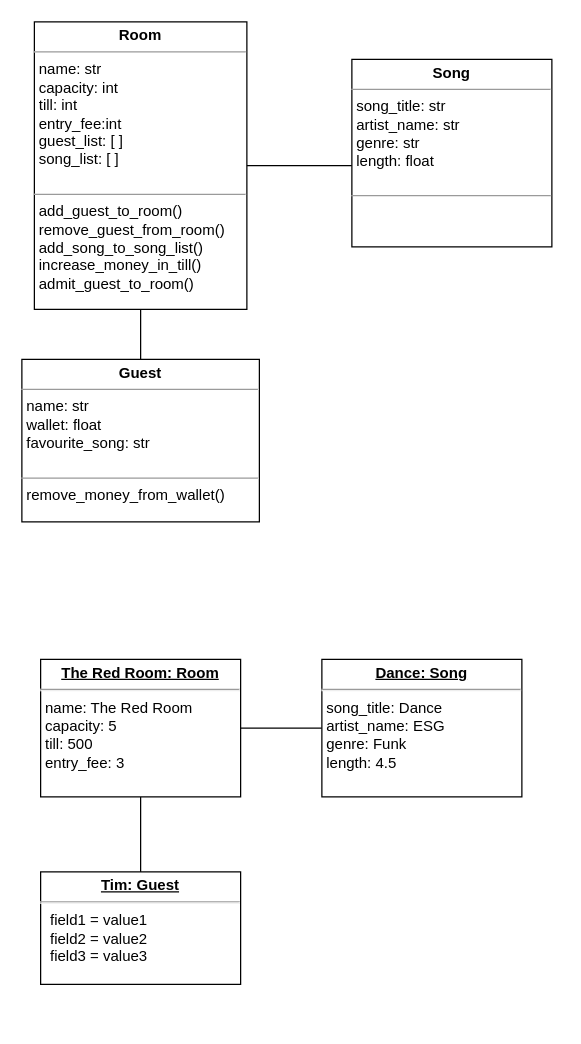
Earlier version of the draw.io diagram class_diagrams/codeclan_caraoke_class_diagram.drawio (benbeardyman/week_02_weekend_HW). Source tidied: cells renumbered, new cells numbered last; positions are measured from the earlier drawing's top-left corner, leaving out a move shared by most shapes. Both pictures are drawn from the tidied source at 125%, with x=0, y=0 at pixel (21, 21).
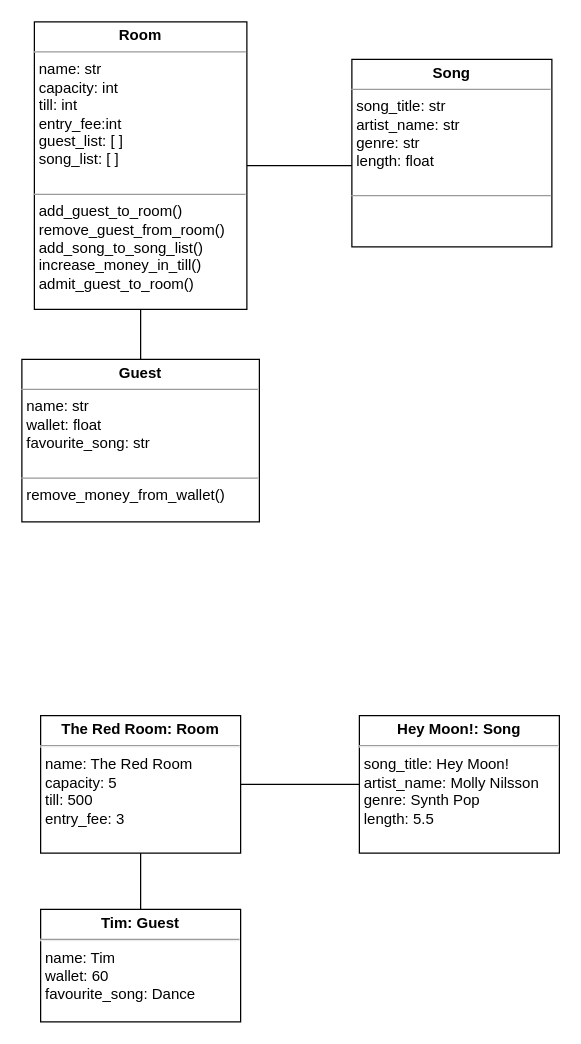
The same page after the edit.

Commit message (it also covers changes not shown here):
added favourite songs method to room

Diff of the diagram source:
```diff
@@
 <mxGraphModel>
   <root>
     <mxCell id="0" />
     <mxCell id="1" parent="0" />
     <mxCell id="2" value="&lt;p style=&quot;margin:0px;margin-top:4px;text-align:center;&quot;&gt;&lt;b&gt;Room&lt;/b&gt;&lt;/p&gt;&lt;hr size=&quot;1&quot;&gt;&lt;p style=&quot;margin:0px;margin-left:4px;&quot;&gt;name: str&lt;/p&gt;&lt;p style=&quot;margin:0px;margin-left:4px;&quot;&gt;capacity: int&lt;/p&gt;&lt;p style=&quot;margin:0px;margin-left:4px;&quot;&gt;till: int&lt;/p&gt;&lt;p style=&quot;margin:0px;margin-left:4px;&quot;&gt;entry_fee:int&lt;/p&gt;&lt;p style=&quot;margin:0px;margin-left:4px;&quot;&gt;guest_list: [ ]&lt;/p&gt;&lt;p style=&quot;margin:0px;margin-left:4px;&quot;&gt;song_list: [ ]&lt;/p&gt;&lt;p style=&quot;margin:0px;margin-left:4px;&quot;&gt;&lt;br&gt;&lt;/p&gt;&lt;hr size=&quot;1&quot;&gt;&lt;p style=&quot;margin:0px;margin-left:4px;&quot;&gt;add_guest_to_room()&lt;/p&gt;&lt;p style=&quot;margin:0px;margin-left:4px;&quot;&gt;remove_guest_from_room()&lt;/p&gt;&lt;p style=&quot;margin:0px;margin-left:4px;&quot;&gt;add_song_to_song_list()&lt;/p&gt;&lt;p style=&quot;margin:0px;margin-left:4px;&quot;&gt;increase_money_in_till()&lt;/p&gt;&lt;p style=&quot;margin:0px;margin-left:4px;&quot;&gt;admit_guest_to_room()&lt;/p&gt;" style="verticalAlign=top;align=left;overflow=fill;fontSize=12;fontFamily=Helvetica;html=1;" parent="1" vertex="1">
       <mxGeometry x="10" width="170" height="230" as="geometry" />
     </mxCell>
     <mxCell id="3" style="edgeStyle=orthogonalEdgeStyle;rounded=0;jettySize=auto;html=1;endArrow=none;endFill=0;" parent="1" edge="1" source="4" target="2">
       <mxGeometry relative="1" as="geometry" />
     </mxCell>
     <mxCell id="4" value="&lt;p style=&quot;margin:0px;margin-top:4px;text-align:center;&quot;&gt;&lt;b&gt;Guest&lt;/b&gt;&lt;/p&gt;&lt;hr size=&quot;1&quot;&gt;&lt;p style=&quot;margin:0px;margin-left:4px;&quot;&gt;name: str&lt;/p&gt;&lt;p style=&quot;margin:0px;margin-left:4px;&quot;&gt;wallet: float&lt;/p&gt;&lt;p style=&quot;margin:0px;margin-left:4px;&quot;&gt;favourite_song: str&lt;/p&gt;&lt;p style=&quot;margin:0px;margin-left:4px;&quot;&gt;&lt;br&gt;&lt;/p&gt;&lt;hr size=&quot;1&quot;&gt;&lt;p style=&quot;margin:0px;margin-left:4px;&quot;&gt;remove_money_from_wallet()&lt;/p&gt;" style="verticalAlign=top;align=left;overflow=fill;fontSize=12;fontFamily=Helvetica;html=1;" parent="1" vertex="1">
       <mxGeometry y="270" width="190" height="130" as="geometry" />
     </mxCell>
     <mxCell id="5" style="rounded=0;jettySize=auto;html=1;endArrow=none;endFill=0;exitX=0;exitY=0.567;exitDx=0;exitDy=0;exitPerimeter=0;" parent="1" edge="1" source="6" target="2">
       <mxGeometry relative="1" as="geometry" />
     </mxCell>
     <mxCell id="6" value="&lt;p style=&quot;margin:0px;margin-top:4px;text-align:center;&quot;&gt;&lt;b&gt;Song&lt;/b&gt;&lt;/p&gt;&lt;hr size=&quot;1&quot;&gt;&lt;p style=&quot;margin:0px;margin-left:4px;&quot;&gt;song_title: str&lt;/p&gt;&lt;p style=&quot;margin:0px;margin-left:4px;&quot;&gt;artist_name: str&lt;/p&gt;&lt;p style=&quot;margin:0px;margin-left:4px;&quot;&gt;genre: str&lt;/p&gt;&lt;p style=&quot;margin:0px;margin-left:4px;&quot;&gt;length: float&lt;/p&gt;&lt;p style=&quot;margin:0px;margin-left:4px;&quot;&gt;&lt;br&gt;&lt;/p&gt;&lt;hr size=&quot;1&quot;&gt;&lt;p style=&quot;margin:0px;margin-left:4px;&quot;&gt;&lt;br&gt;&lt;/p&gt;" style="verticalAlign=top;align=left;overflow=fill;fontSize=12;fontFamily=Helvetica;html=1;" parent="1" vertex="1">
       <mxGeometry x="264" y="30" width="160" height="150" as="geometry" />
     </mxCell>
-    <mxCell id="7" value="&lt;p style=&quot;margin:0px;margin-top:4px;text-align:center;text-decoration:underline;&quot;&gt;&lt;b&gt;The Red Room: Room&lt;/b&gt;&lt;/p&gt;&lt;hr&gt;&lt;p style=&quot;margin: 0px 0px 0px 4px;&quot;&gt;name: The Red Room&lt;/p&gt;&lt;p style=&quot;margin: 0px 0px 0px 4px;&quot;&gt;capacity: 5&lt;/p&gt;&lt;p style=&quot;margin: 0px 0px 0px 4px;&quot;&gt;till: 500&lt;/p&gt;&lt;p style=&quot;margin: 0px 0px 0px 4px;&quot;&gt;entry_fee: 3&lt;/p&gt;" style="verticalAlign=top;align=left;overflow=fill;fontSize=12;fontFamily=Helvetica;html=1;" parent="1" vertex="1">
-      <mxGeometry x="15" y="510" width="160" height="110" as="geometry" />
+    <mxCell id="7" value="&lt;p style=&quot;margin: 4px 0px 0px; text-align: center;&quot;&gt;&lt;b style=&quot;&quot;&gt;The Red Room: Room&lt;/b&gt;&lt;/p&gt;&lt;hr&gt;&lt;p style=&quot;margin: 0px 0px 0px 4px;&quot;&gt;name: The Red Room&lt;/p&gt;&lt;p style=&quot;margin: 0px 0px 0px 4px;&quot;&gt;capacity: 5&lt;/p&gt;&lt;p style=&quot;margin: 0px 0px 0px 4px;&quot;&gt;till: 500&lt;/p&gt;&lt;p style=&quot;margin: 0px 0px 0px 4px;&quot;&gt;entry_fee: 3&lt;/p&gt;" style="verticalAlign=top;align=left;overflow=fill;fontSize=12;fontFamily=Helvetica;html=1;" parent="1" vertex="1">
+      <mxGeometry x="15" y="555" width="160" height="110" as="geometry" />
     </mxCell>
     <mxCell id="8" style="edgeStyle=orthogonalEdgeStyle;rounded=0;jettySize=auto;html=1;endArrow=none;endFill=0;" parent="1" edge="1" source="9" target="7">
       <mxGeometry relative="1" as="geometry" />
     </mxCell>
-    <mxCell id="9" value="&lt;p style=&quot;margin:0px;margin-top:4px;text-align:center;text-decoration:underline;&quot;&gt;&lt;b&gt;Tim: Guest&lt;/b&gt;&lt;/p&gt;&lt;hr&gt;&lt;p style=&quot;margin:0px;margin-left:8px;&quot;&gt;field1 = value1&lt;br&gt;field2 = value2&lt;br&gt;field3 = value3&lt;/p&gt;" style="verticalAlign=top;align=left;overflow=fill;fontSize=12;fontFamily=Helvetica;html=1;" parent="1" vertex="1">
-      <mxGeometry x="15" y="680" width="160" height="90" as="geometry" />
+    <mxCell id="9" value="&lt;p style=&quot;margin: 4px 0px 0px; text-align: center;&quot;&gt;&lt;b style=&quot;&quot;&gt;Tim: Guest&lt;/b&gt;&lt;/p&gt;&lt;hr&gt;&lt;p style=&quot;margin: 0px 0px 0px 4px;&quot;&gt;name: Tim&lt;/p&gt;&lt;p style=&quot;margin: 0px 0px 0px 4px;&quot;&gt;wallet: 60&lt;/p&gt;&lt;p style=&quot;margin: 0px 0px 0px 4px;&quot;&gt;favourite_song: Dance&lt;/p&gt;" style="verticalAlign=top;align=left;overflow=fill;fontSize=12;fontFamily=Helvetica;html=1;" parent="1" vertex="1">
+      <mxGeometry x="15" y="710" width="160" height="90" as="geometry" />
     </mxCell>
     <mxCell id="10" style="edgeStyle=orthogonalEdgeStyle;rounded=0;jettySize=auto;html=1;endArrow=none;endFill=0;" parent="1" edge="1" source="11" target="7">
       <mxGeometry relative="1" as="geometry" />
     </mxCell>
-    <mxCell id="11" value="&lt;p style=&quot;margin:0px;margin-top:4px;text-align:center;text-decoration:underline;&quot;&gt;&lt;b&gt;Dance: Song&lt;/b&gt;&lt;/p&gt;&lt;hr&gt;&lt;p style=&quot;margin: 0px 0px 0px 4px;&quot;&gt;song_title: Dance&lt;/p&gt;&lt;p style=&quot;margin: 0px 0px 0px 4px;&quot;&gt;artist_name: ESG&lt;/p&gt;&lt;p style=&quot;margin: 0px 0px 0px 4px;&quot;&gt;genre: Funk&lt;/p&gt;&lt;p style=&quot;margin: 0px 0px 0px 4px;&quot;&gt;length: 4.5&lt;/p&gt;" style="verticalAlign=top;align=left;overflow=fill;fontSize=12;fontFamily=Helvetica;html=1;" parent="1" vertex="1">
-      <mxGeometry x="240" y="510" width="160" height="110" as="geometry" />
+    <mxCell id="11" value="&lt;p style=&quot;margin: 4px 0px 0px; text-align: center;&quot;&gt;&lt;b style=&quot;&quot;&gt;Hey Moon!: Song&lt;/b&gt;&lt;/p&gt;&lt;hr&gt;&lt;p style=&quot;margin: 0px 0px 0px 4px;&quot;&gt;song_title: Hey Moon!&lt;/p&gt;&lt;p style=&quot;margin: 0px 0px 0px 4px;&quot;&gt;artist_name: Molly Nilsson&lt;/p&gt;&lt;p style=&quot;margin: 0px 0px 0px 4px;&quot;&gt;genre: Synth Pop&lt;/p&gt;&lt;p style=&quot;margin: 0px 0px 0px 4px;&quot;&gt;length: 5.5&lt;/p&gt;" style="verticalAlign=top;align=left;overflow=fill;fontSize=12;fontFamily=Helvetica;html=1;" parent="1" vertex="1">
+      <mxGeometry x="270" y="555" width="160" height="110" as="geometry" />
     </mxCell>
   </root>
 </mxGraphModel>
```
